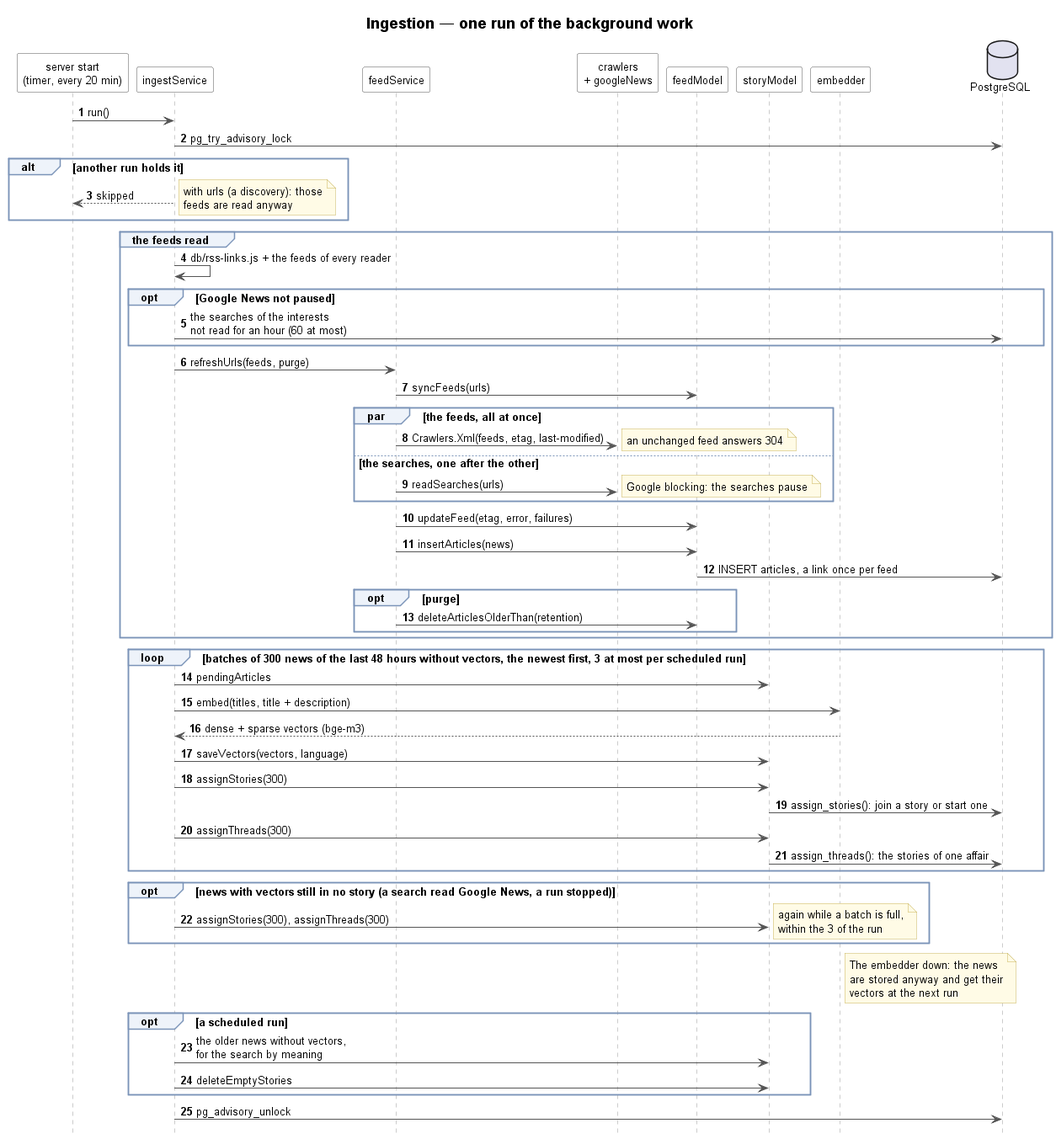
Above: docs/UML/sprint4/14-ingestion-sequence.png in TPI2026-NewsGenerator/NewsGenerator-Backend (PlantUML), before the change.
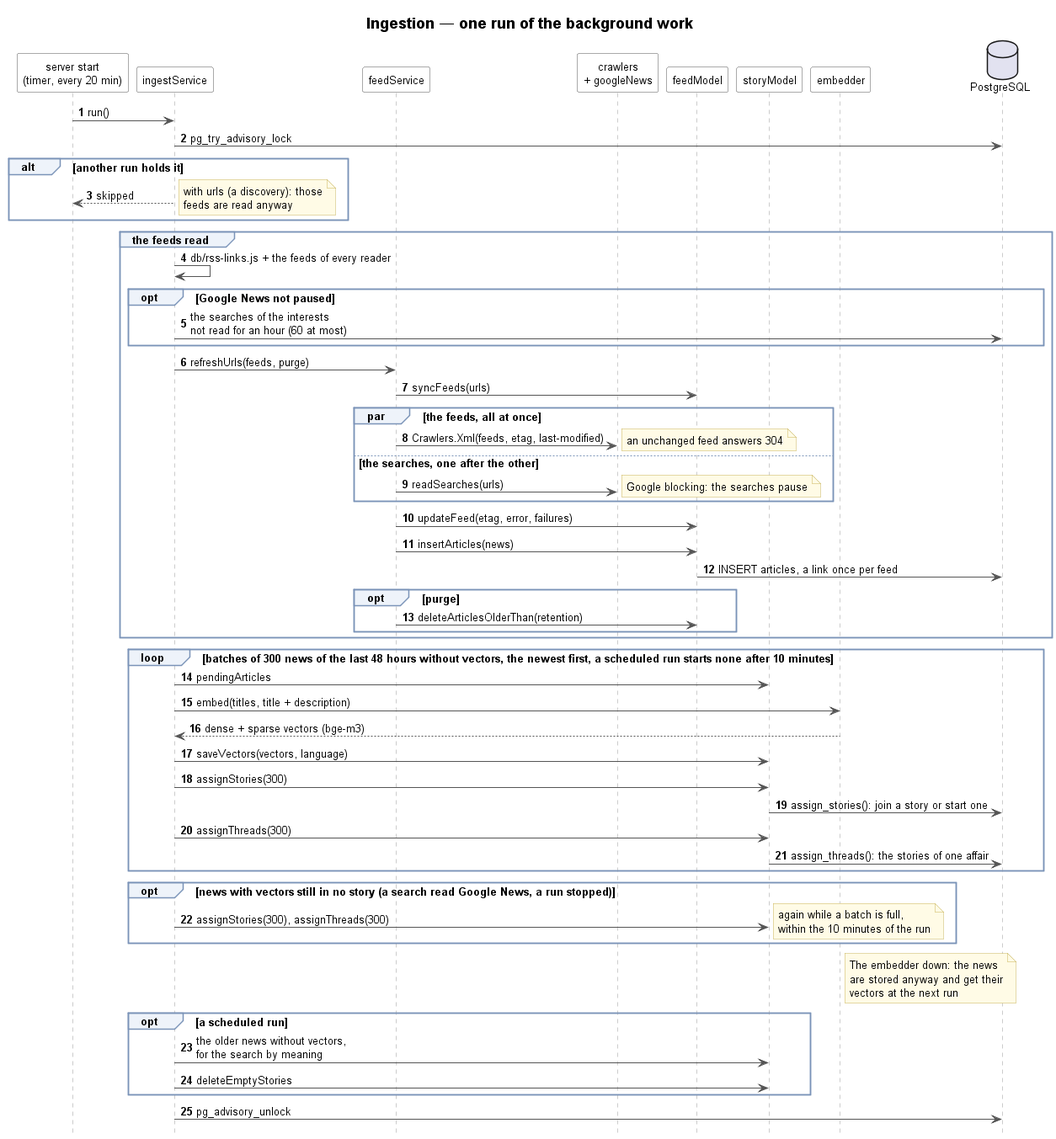
The same diagram one commit later.

Commit message:
Give the grouping of a run a time budget, not a number of batches

Change to the diagram source:
```diff
@@ -40,7 +40,7 @@
     end
 end
 
-loop batches of 300 news of the last 48 hours without vectors, the newest first, 3 at most per scheduled run
+loop batches of 300 news of the last 48 hours without vectors, the newest first, a scheduled run starts none after 10 minutes
     Ingest -> StoryModel : pendingArticles
     Ingest -> Embedder : embed(titles, title + description)
     Embedder --> Ingest : dense + sparse vectors (bge-m3)
@@ -52,7 +52,7 @@
 end
 opt news with vectors still in no story (a search read Google News, a run stopped)
     Ingest -> StoryModel : assignStories(300), assignThreads(300)
-    note right : again while a batch is full,\nwithin the 3 of the run
+    note right : again while a batch is full,\nwithin the 10 minutes of the run
 end
 note right of Embedder
     The embedder down: the news
```
